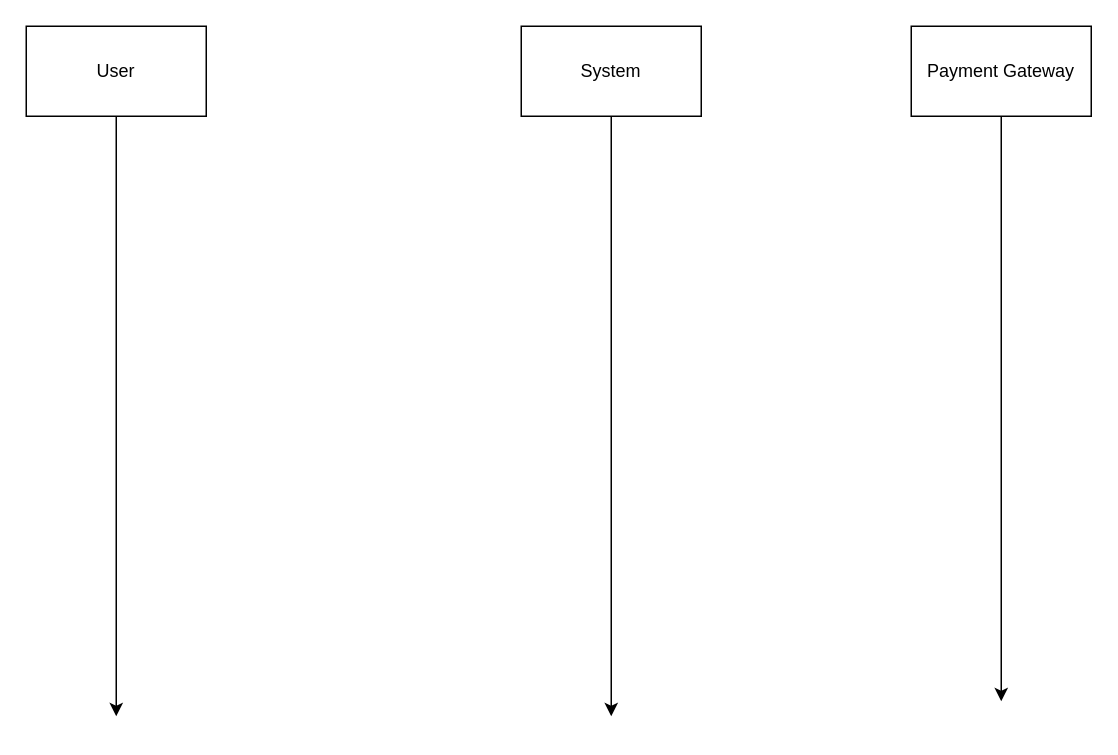
This is PayementProcessingSequence.drawio from Life-Pill/Life-Pill, a draw.io file, before an edit. Source tidied: cells renumbered, new cells numbered last; positions are measured from the earlier drawing's top-left corner, leaving out a move shared by most shapes. Both pictures are drawn from the tidied source at 150%, with x=0, y=0 at pixel (26, 26).
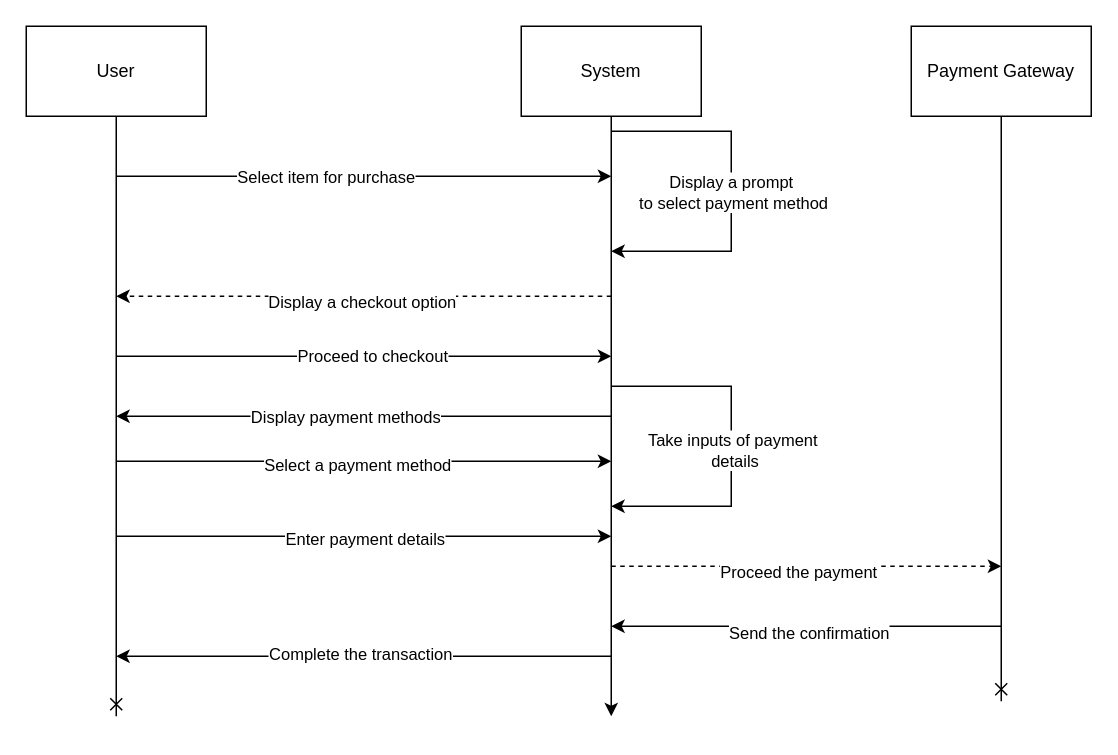
Above is the later version.

The change refers to these unchanged cells:
```xml
<mxCell id="3" value="User" style="rounded=0;whiteSpace=wrap;html=1;" parent="1" vertex="1">
  <mxGeometry width="120" height="60" as="geometry" />
</mxCell>
<mxCell id="7" value="Payment Gateway" style="rounded=0;whiteSpace=wrap;html=1;" parent="1" vertex="1">
  <mxGeometry x="590" width="120" height="60" as="geometry" />
</mxCell>
```

Diff of the diagram source:
```diff
@@
-    <mxCell id="2" style="edgeStyle=orthogonalEdgeStyle;rounded=0;jettySize=auto;html=1;" parent="1" edge="1" source="3">
+    <mxCell id="2" style="edgeStyle=orthogonalEdgeStyle;rounded=0;jettySize=auto;html=1;endArrow=cross;endFill=0;" parent="1" edge="1" source="3">
       <mxGeometry relative="1" as="geometry">
         <mxPoint x="60" y="460" as="targetPoint" />
         <Array as="points">
           <mxPoint x="60" y="260" />
           <mxPoint x="60" y="260" />
         </Array>
       </mxGeometry>
     </mxCell>
@@
-    <mxCell id="6" style="edgeStyle=orthogonalEdgeStyle;rounded=0;jettySize=auto;html=1;" parent="1" edge="1" source="7">
+    <mxCell id="6" style="edgeStyle=orthogonalEdgeStyle;rounded=0;jettySize=auto;html=1;endArrow=cross;endFill=0;" parent="1" edge="1" source="7">
       <mxGeometry relative="1" as="geometry">
         <mxPoint x="650" y="450" as="targetPoint" />
       </mxGeometry>
     </mxCell>
@@
+    <mxCell id="8" style="endArrow=classic;html=1;rounded=0;" parent="1" edge="1">
+      <mxGeometry relative="1" as="geometry">
+        <mxPoint x="60" y="100" as="sourcePoint" />
+        <mxPoint x="390" y="100" as="targetPoint" />
+      </mxGeometry>
+    </mxCell>
+    <mxCell id="9" value="Select item for purchase" style="edgeLabel;html=1;align=center;verticalAlign=middle;" parent="8" vertex="1">
+      <mxGeometry x="-0.16" relative="1" as="geometry" />
+    </mxCell>
+    <mxCell id="10" style="endArrow=classic;html=1;rounded=0;" parent="1" edge="1">
+      <mxGeometry relative="1" as="geometry">
+        <mxPoint x="390" y="70" as="sourcePoint" />
+        <mxPoint x="390" y="150" as="targetPoint" />
+        <Array as="points">
+          <mxPoint x="470" y="70" />
+          <mxPoint x="470" y="150" />
+        </Array>
+      </mxGeometry>
+    </mxCell>
+    <mxCell id="11" value="Display a prompt&lt;div&gt;&amp;nbsp;to select payment method&lt;/div&gt;" style="edgeLabel;html=1;align=center;verticalAlign=middle;" parent="10" vertex="1">
+      <mxGeometry y="-1" relative="1" as="geometry" />
+    </mxCell>
+    <mxCell id="12" style="endArrow=classic;html=1;rounded=0;dashed=1;" parent="1" edge="1">
+      <mxGeometry relative="1" as="geometry">
+        <mxPoint x="390" y="180" as="sourcePoint" />
+        <mxPoint x="60" y="180" as="targetPoint" />
+      </mxGeometry>
+    </mxCell>
+    <mxCell id="13" value="Display a checkout option" style="edgeLabel;html=1;align=center;verticalAlign=middle;" parent="12" vertex="1">
+      <mxGeometry x="0.01" y="3" relative="1" as="geometry" />
+    </mxCell>
+    <mxCell id="14" style="endArrow=classic;html=1;rounded=0;" parent="1" edge="1">
+      <mxGeometry relative="1" as="geometry">
+        <mxPoint x="60" y="220" as="sourcePoint" />
+        <mxPoint x="390" y="220" as="targetPoint" />
+      </mxGeometry>
+    </mxCell>
+    <mxCell id="15" value="Proceed to checkout" style="edgeLabel;html=1;align=center;verticalAlign=middle;" parent="14" vertex="1">
+      <mxGeometry x="0.03" y="1" relative="1" as="geometry" />
+    </mxCell>
+    <mxCell id="16" style="endArrow=classic;html=1;rounded=0;" parent="1" edge="1">
+      <mxGeometry relative="1" as="geometry">
+        <mxPoint x="390" y="260" as="sourcePoint" />
+        <mxPoint x="60" y="260" as="targetPoint" />
+      </mxGeometry>
+    </mxCell>
+    <mxCell id="17" value="Display payment methods" style="edgeLabel;html=1;align=center;verticalAlign=middle;" parent="16" vertex="1">
+      <mxGeometry x="0.08" relative="1" as="geometry" />
+    </mxCell>
+    <mxCell id="18" style="endArrow=classic;html=1;rounded=0;" parent="1" edge="1">
+      <mxGeometry relative="1" as="geometry">
+        <mxPoint x="60" y="290" as="sourcePoint" />
+        <mxPoint x="390" y="290" as="targetPoint" />
+      </mxGeometry>
+    </mxCell>
+    <mxCell id="19" value="Select a payment method" style="edgeLabel;html=1;align=center;verticalAlign=middle;" parent="18" vertex="1">
+      <mxGeometry x="-0.03" y="-2" relative="1" as="geometry" />
+    </mxCell>
+    <mxCell id="20" style="endArrow=classic;html=1;rounded=0;" parent="1" edge="1">
+      <mxGeometry relative="1" as="geometry">
+        <mxPoint x="390" y="240" as="sourcePoint" />
+        <mxPoint x="390" y="320" as="targetPoint" />
+        <Array as="points">
+          <mxPoint x="470" y="240" />
+          <mxPoint x="470" y="320" />
+        </Array>
+      </mxGeometry>
+    </mxCell>
+    <mxCell id="21" value="Take inputs of payment&lt;div&gt;&amp;nbsp;details&lt;/div&gt;" style="edgeLabel;html=1;align=center;verticalAlign=middle;" parent="20" vertex="1">
+      <mxGeometry x="0.02" relative="1" as="geometry" />
+    </mxCell>
+    <mxCell id="22" style="endArrow=classic;html=1;rounded=0;" parent="1" edge="1">
+      <mxGeometry relative="1" as="geometry">
+        <mxPoint x="60" y="340" as="sourcePoint" />
+        <mxPoint x="390" y="340" as="targetPoint" />
+      </mxGeometry>
+    </mxCell>
+    <mxCell id="23" value="Enter payment details" style="edgeLabel;html=1;align=center;verticalAlign=middle;" parent="22" vertex="1">
+      <mxGeometry y="-1" relative="1" as="geometry" />
+    </mxCell>
+    <mxCell id="24" style="endArrow=classic;html=1;rounded=0;dashed=1;" parent="1" edge="1">
+      <mxGeometry relative="1" as="geometry">
+        <mxPoint x="390" y="360" as="sourcePoint" />
+        <mxPoint x="650" y="360" as="targetPoint" />
+      </mxGeometry>
+    </mxCell>
+    <mxCell id="25" value="Proceed the payment" style="edgeLabel;html=1;align=center;verticalAlign=middle;" parent="24" vertex="1">
+      <mxGeometry x="-0.05" y="-3" relative="1" as="geometry" />
+    </mxCell>
+    <mxCell id="26" style="endArrow=classic;html=1;rounded=0;" parent="1" edge="1">
+      <mxGeometry relative="1" as="geometry">
+        <mxPoint x="650" y="400" as="sourcePoint" />
+        <mxPoint x="390" y="400" as="targetPoint" />
+      </mxGeometry>
+    </mxCell>
+    <mxCell id="27" value="Send the confirmation" style="edgeLabel;html=1;align=center;verticalAlign=middle;" parent="26" vertex="1">
+      <mxGeometry x="-0.01" y="4" relative="1" as="geometry" />
+    </mxCell>
+    <mxCell id="28" style="endArrow=classic;html=1;rounded=0;" parent="1" edge="1">
+      <mxGeometry relative="1" as="geometry">
+        <mxPoint x="390" y="420" as="sourcePoint" />
+        <mxPoint x="60" y="420" as="targetPoint" />
+      </mxGeometry>
+    </mxCell>
+    <mxCell id="29" value="Complete the transaction" style="edgeLabel;html=1;align=center;verticalAlign=middle;" parent="28" vertex="1">
+      <mxGeometry x="0.02" y="-2" relative="1" as="geometry" />
+    </mxCell>
```
